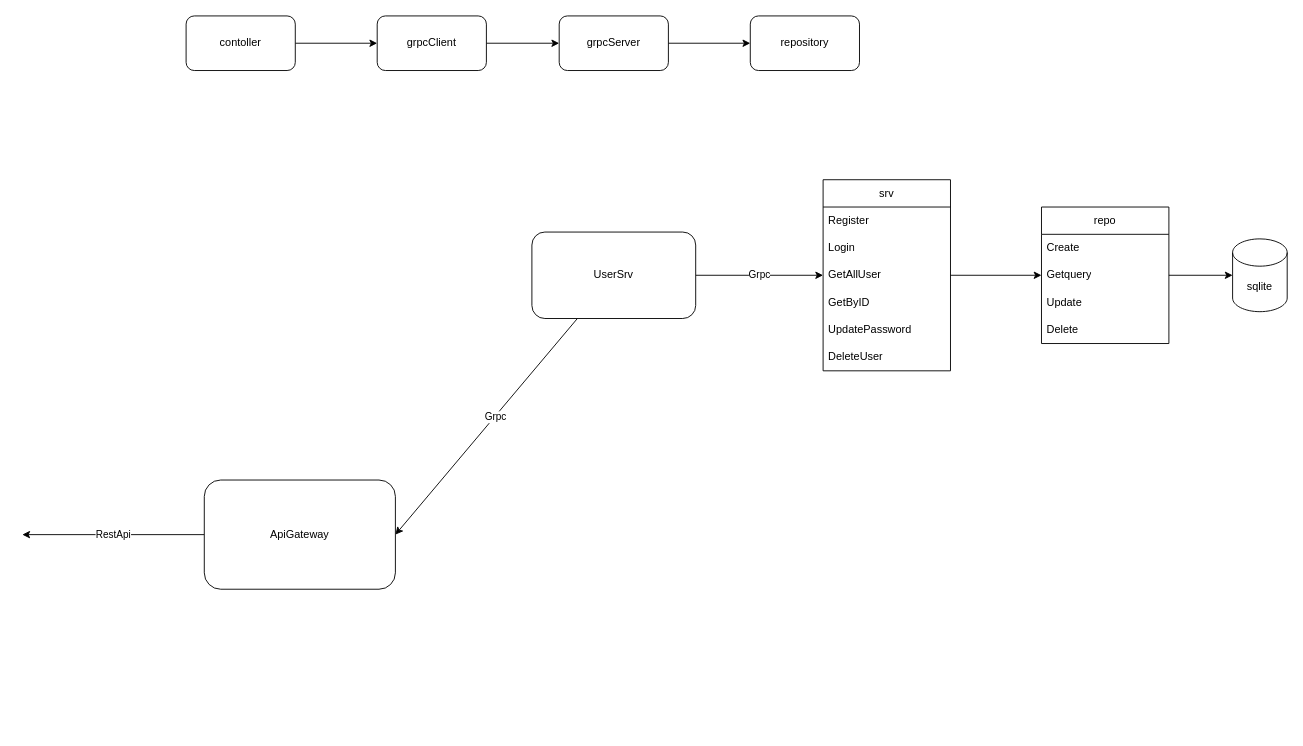
Above: flow.drawio in kongzyeons/go_grpc (draw.io), before the change. Source tidied: cells renumbered, new cells numbered last; positions are measured from the earlier drawing's top-left corner, leaving out a move shared by most shapes. Both pictures are drawn from the tidied source at 91%, with x=0, y=0 at pixel (22, 15).
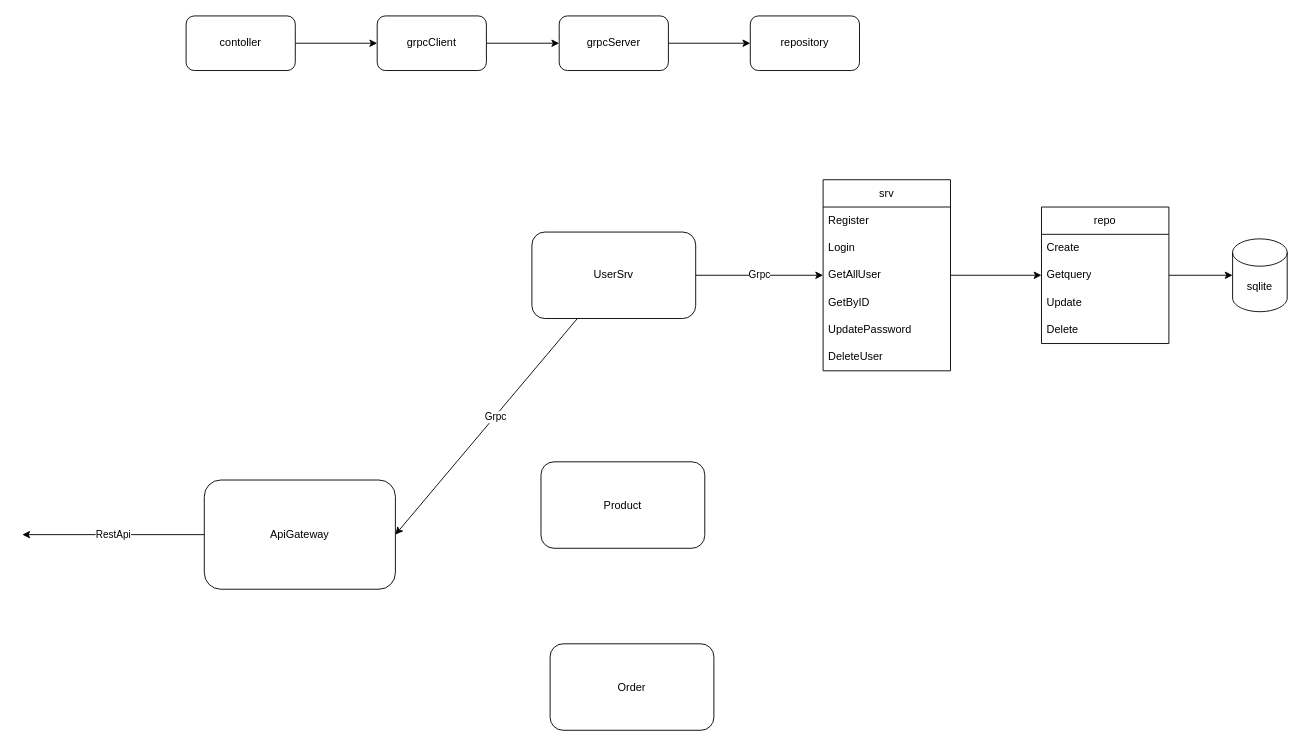
After the change.

The edit, as a diff of the source:
```diff
@@
+    <mxCell id="30" value="Product" style="rounded=1;whiteSpace=wrap;html=1;" parent="1" vertex="1">
+      <mxGeometry x="570" y="490" width="180" height="95" as="geometry" />
+    </mxCell>
+    <mxCell id="31" value="Order" style="rounded=1;whiteSpace=wrap;html=1;" parent="1" vertex="1">
+      <mxGeometry x="580" y="690" width="180" height="95" as="geometry" />
+    </mxCell>
```
